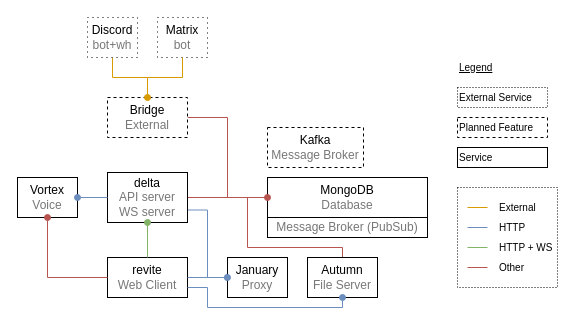
Before: static/img/diagrams/Revolt Architecture.drawio in revoltchat/documentation, a draw.io diagram. Source tidied: cells renumbered, new cells numbered last; positions are measured from the earlier drawing's top-left corner, leaving out a move shared by most shapes. Both pictures are drawn from the tidied source at 100%, with x=0, y=0 at pixel (17, 17).
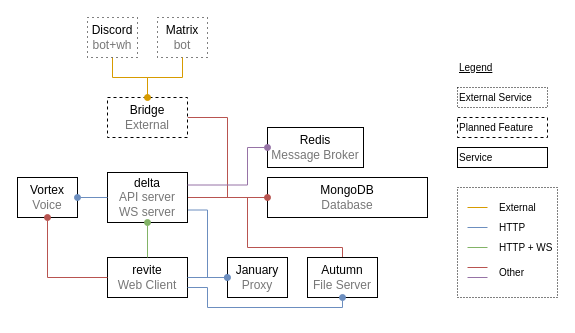
Above is the later version.

The change refers to these unchanged cells:
```xml
<mxCell id="5" value="&lt;div&gt;delta&lt;/div&gt;&lt;div&gt;&lt;font color=&quot;#777&quot;&gt;API server&lt;br&gt;WS server&lt;/font&gt;&lt;br&gt;&lt;/div&gt;" style="rounded=0;whiteSpace=wrap;html=1;" parent="1" vertex="1">
  <mxGeometry x="90" y="155" width="80" height="50" as="geometry" />
</mxCell>
```

Change to the diagram source:
```diff
@@
     <mxCell id="2" style="rounded=0;whiteSpace=wrap;html=1;dashed=1;dashPattern=1 2;fontSize=10;align=left;" parent="1" vertex="1">
-      <mxGeometry x="440" y="170" width="100" height="100" as="geometry" />
+      <mxGeometry x="440" y="170" width="100" height="110" as="geometry" />
     </mxCell>
@@
-    <mxCell id="8" value="&lt;div&gt;&lt;font color=&quot;#777&quot;&gt;Message Broker (PubSub)&lt;/font&gt;&lt;/div&gt;" style="rounded=0;whiteSpace=wrap;html=1;" parent="1" vertex="1">
-      <mxGeometry x="250" y="200" width="160" height="20" as="geometry" />
-    </mxCell>
@@
-    <mxCell id="21" value="&lt;div&gt;Kafka&lt;/div&gt;&lt;div&gt;&lt;font color=&quot;#777&quot;&gt; Message Broker&lt;/font&gt;&lt;br&gt;&lt;/div&gt;" style="rounded=0;whiteSpace=wrap;html=1;dashed=1;" parent="1" vertex="1">
+    <mxCell id="21" value="&lt;div&gt;Redis&lt;/div&gt;&lt;div&gt;&lt;font color=&quot;#777&quot;&gt; Message Broker&lt;/font&gt;&lt;br&gt;&lt;/div&gt;" style="rounded=0;whiteSpace=wrap;html=1;" parent="1" vertex="1">
       <mxGeometry x="250" y="110" width="96" height="40" as="geometry" />
     </mxCell>
@@
     <mxCell id="27" value="Other" style="text;html=1;strokeColor=none;fillColor=none;align=left;verticalAlign=middle;whiteSpace=wrap;rounded=0;dashed=1;dashPattern=1 4;fontSize=10;" parent="1" vertex="1">
-      <mxGeometry x="480" y="240" width="60" height="20" as="geometry" />
+      <mxGeometry x="480" y="240" width="60" height="30" as="geometry" />
     </mxCell>
@@
+    <mxCell id="37" style="edgeStyle=orthogonalEdgeStyle;rounded=0;jettySize=auto;html=1;entryX=1;entryY=0.25;entryDx=0;entryDy=0;fillColor=#e1d5e7;strokeColor=#9673a6;endArrow=none;endFill=0;startArrow=oval;startFill=1;" parent="1" edge="1" source="21" target="5">
+      <mxGeometry relative="1" as="geometry">
+        <Array as="points">
+          <mxPoint x="230" y="130" />
+          <mxPoint x="230" y="168" />
+          <mxPoint x="170" y="168" />
+        </Array>
+      </mxGeometry>
+    </mxCell>
+    <mxCell id="38" style="endArrow=none;html=1;fontSize=10;strokeColor=#9673a6;fillColor=#e1d5e7;" parent="1" edge="1">
+      <mxGeometry relative="1" as="geometry">
+        <mxPoint x="450" y="260" as="sourcePoint" />
+        <mxPoint x="470" y="260" as="targetPoint" />
+      </mxGeometry>
+    </mxCell>
```
